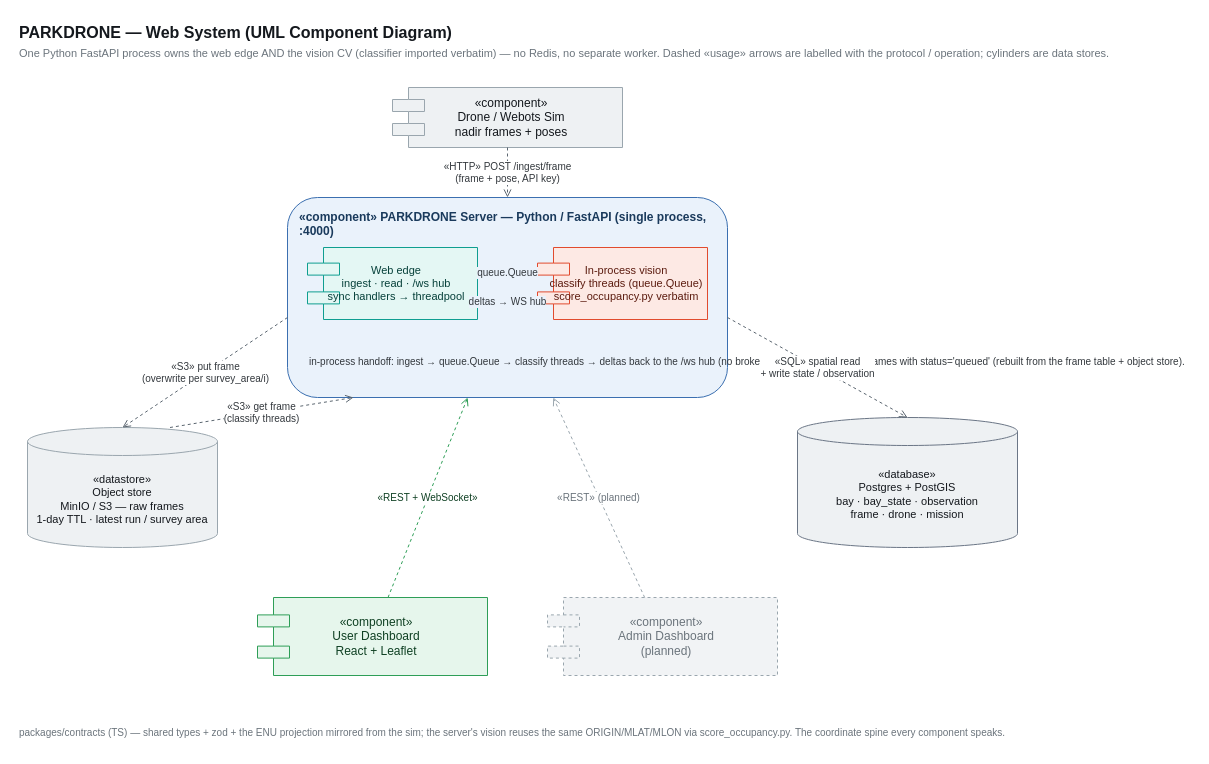
The draw.io diagram web/docs/architecture.drawio in l-pavlova/drone_project, before the edit. Source tidied: cells renumbered, new cells numbered last; positions are measured from the earlier drawing's top-left corner, leaving out a move shared by most shapes. Both pictures are drawn from the tidied source at 100%, with x=0, y=0 at pixel (17, 17).
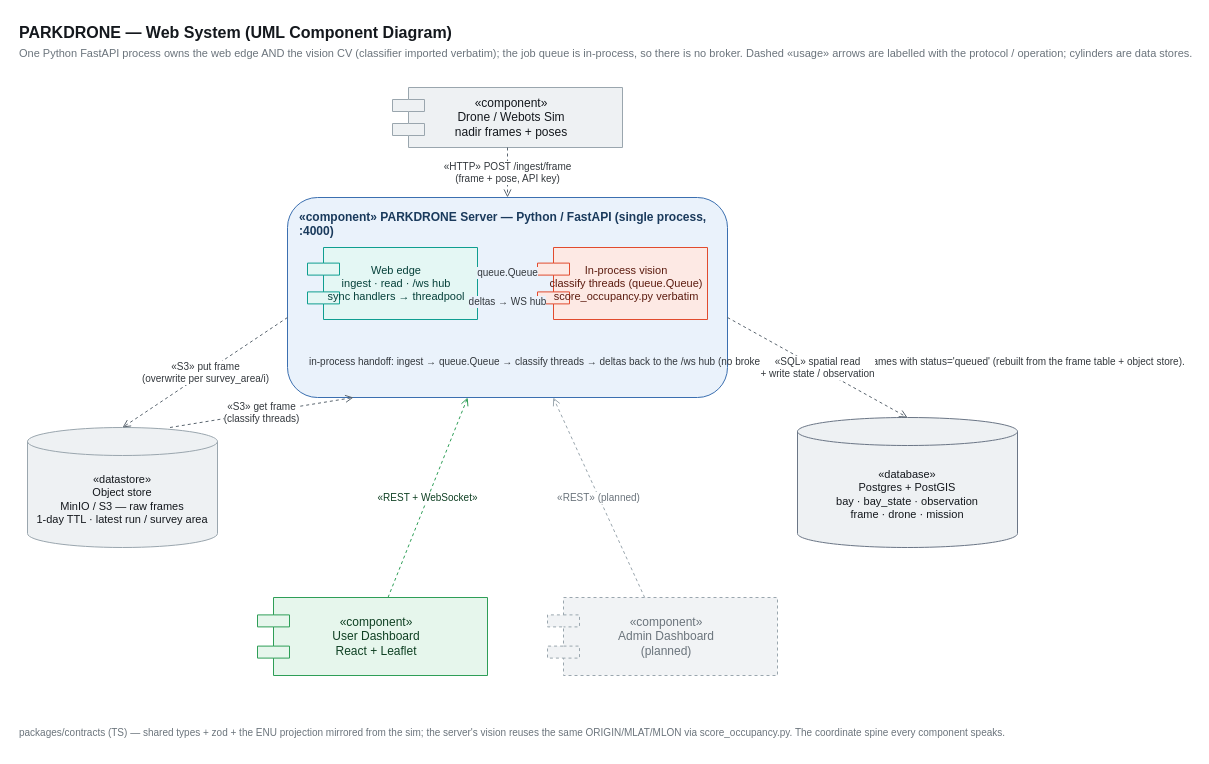
Above is the later version.

What changed in the source:
```diff
@@
-    <mxCell id="3" value="One Python FastAPI process owns the web edge AND the vision CV (classifier imported verbatim) — no Redis, no separate worker. Dashed «usage» arrows are labelled with the protocol / operation; cylinders are data stores." style="text;html=1;align=left;verticalAlign=middle;fontSize=11;fontColor=#6b747c;" parent="1" vertex="1">
+    <mxCell id="3" value="One Python FastAPI process owns the web edge AND the vision CV (classifier imported verbatim); the job queue is in-process, so there is no broker. Dashed «usage» arrows are labelled with the protocol / operation; cylinders are data stores." style="text;html=1;align=left;verticalAlign=middle;fontSize=11;fontColor=#6b747c;" parent="1" vertex="1">
       <mxGeometry y="26" width="900" height="20" as="geometry" />
     </mxCell>
```
